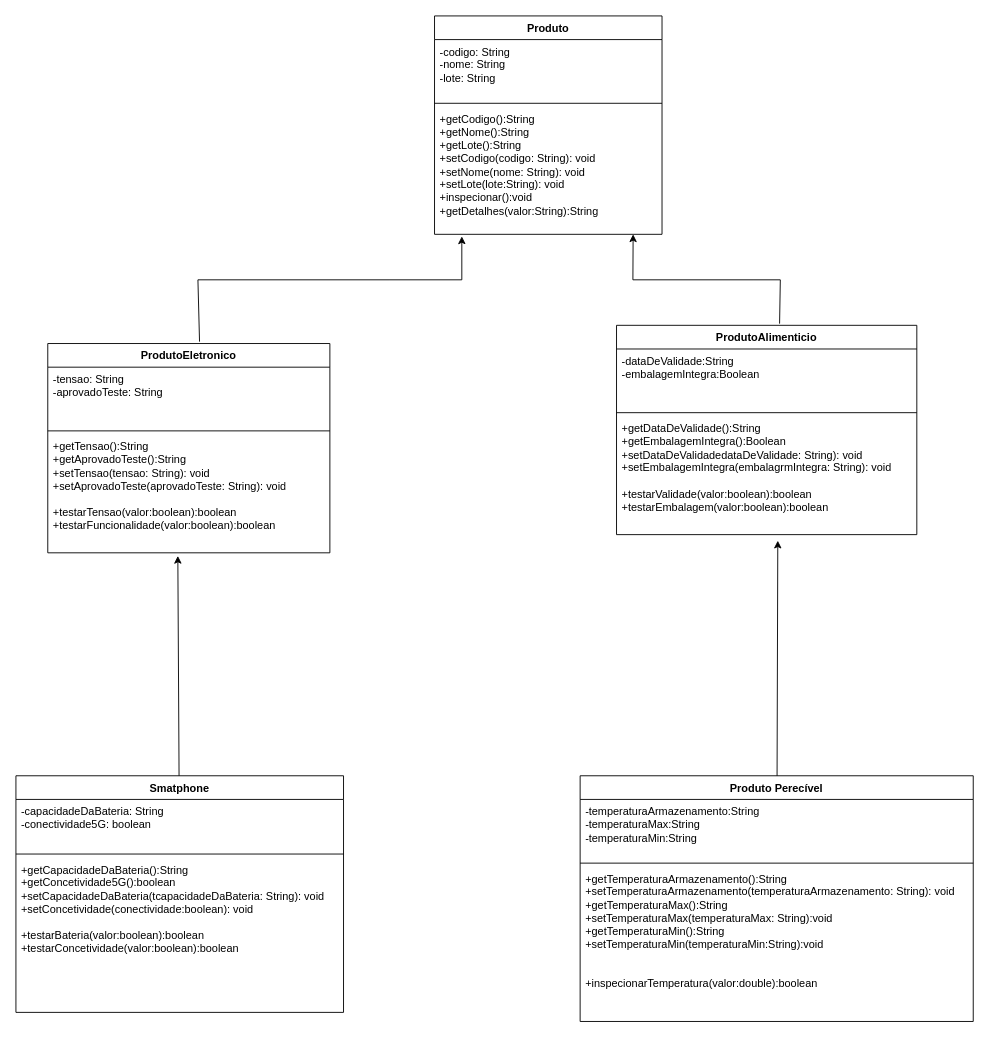
This is Projeto/Diagrama grupo 3.drawio from TatianaGSilva7/sistema-de-controle-de-qualidade-de-producao, a draw.io file, before an edit. Source tidied: cells renumbered, new cells numbered last; positions are measured from the earlier drawing's top-left corner, leaving out a move shared by most shapes. Both pictures are drawn from the tidied source at 91%, with x=0, y=0 at pixel (15, 15).
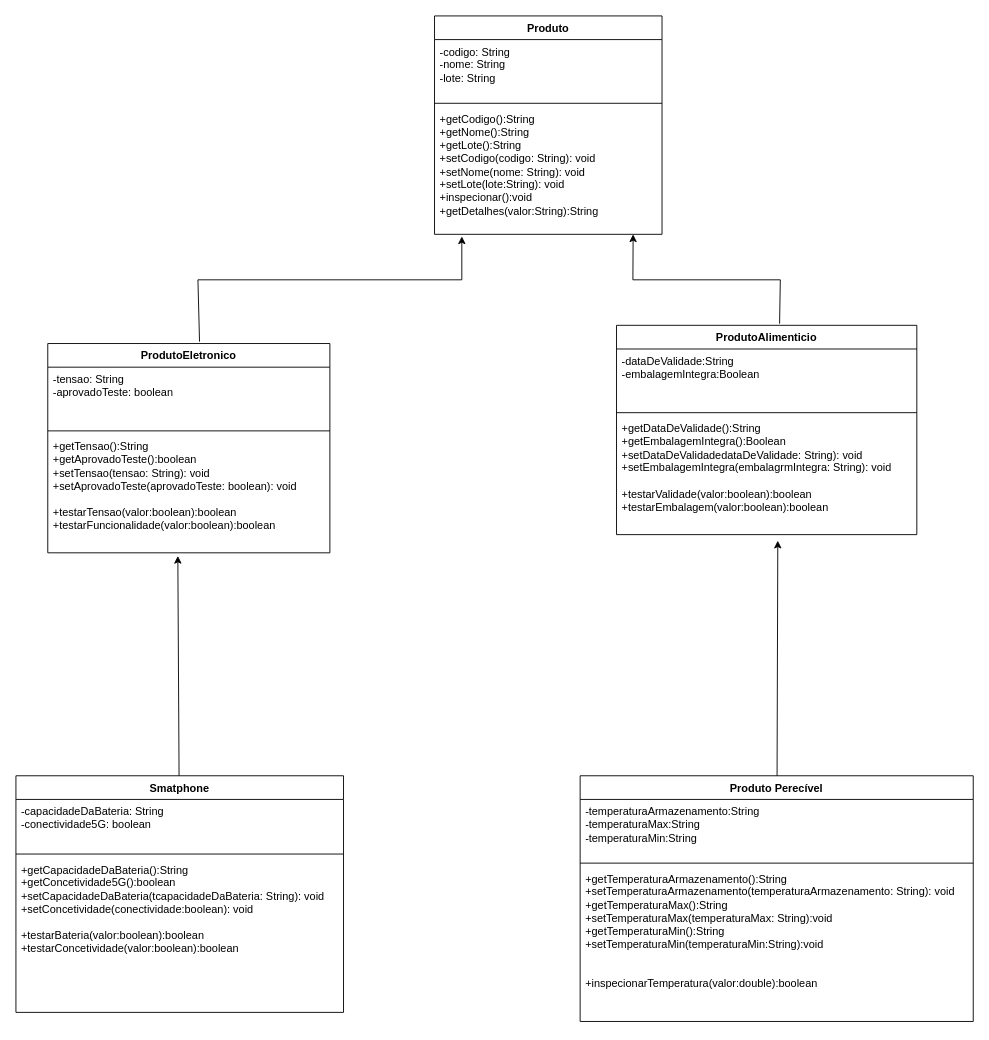
After the change.

The change refers to these unchanged cells:
```xml
<mxCell id="6" value="ProdutoEletronico" style="swimlane;fontStyle=1;align=center;verticalAlign=top;horizontal=1;startSize=26;whiteSpace=wrap;html=1;" parent="1" vertex="1">
  <mxGeometry x="35" y="360" width="310" height="230" as="geometry" />
</mxCell>
```

What changed in the source:
```diff
@@
-    <mxCell id="7" value="-tensao: String&lt;div&gt;-aprovadoTeste: String&lt;/div&gt;&lt;div&gt;&lt;br&gt;&lt;/div&gt;" style="text;strokeColor=none;fillColor=none;align=left;verticalAlign=top;spacingLeft=4;spacingRight=4;overflow=hidden;whiteSpace=wrap;html=1;" parent="6" vertex="1">
+    <mxCell id="7" value="-tensao: String&lt;div&gt;-aprovadoTeste: boolean&lt;/div&gt;&lt;div&gt;&lt;br&gt;&lt;/div&gt;" style="text;strokeColor=none;fillColor=none;align=left;verticalAlign=top;spacingLeft=4;spacingRight=4;overflow=hidden;whiteSpace=wrap;html=1;" parent="6" vertex="1">
       <mxGeometry y="26" width="310" height="66" as="geometry" />
     </mxCell>
@@
-    <mxCell id="9" value="+getTensao():String&lt;div&gt;+getAprovadoTeste():String&lt;/div&gt;&lt;div&gt;&lt;span style=&quot;background-color: transparent; color: light-dark(rgb(0, 0, 0), rgb(255, 255, 255));&quot;&gt;+setTensao(tensao: String): void&lt;/span&gt;&lt;/div&gt;&lt;div&gt;&lt;div&gt;&lt;span style=&quot;background-color: transparent; color: light-dark(rgb(0, 0, 0), rgb(255, 255, 255));&quot;&gt;+setAprovadoTeste(aprovadoTeste: String): void&lt;/span&gt;&lt;/div&gt;&lt;div&gt;&lt;br&gt;&lt;/div&gt;&lt;/div&gt;&lt;div&gt;+testarTensao(valor:boolean):boolean&lt;/div&gt;&lt;div&gt;+testarFuncionalidade(valor:boolean):boolean&lt;/div&gt;&lt;div&gt;&lt;br&gt;&lt;/div&gt;&lt;div&gt;&lt;br&gt;&lt;/div&gt;" style="text;strokeColor=none;fillColor=none;align=left;verticalAlign=top;spacingLeft=4;spacingRight=4;overflow=hidden;points=[[0,0.5],[1,0.5]];portConstraint=eastwest;whiteSpace=wrap;html=1;" parent="6" vertex="1">
+    <mxCell id="9" value="+getTensao():String&lt;div&gt;+getAprovadoTeste():boolean&lt;/div&gt;&lt;div&gt;&lt;span style=&quot;background-color: transparent; color: light-dark(rgb(0, 0, 0), rgb(255, 255, 255));&quot;&gt;+setTensao(tensao: String): void&lt;/span&gt;&lt;/div&gt;&lt;div&gt;&lt;div&gt;&lt;span style=&quot;background-color: transparent; color: light-dark(rgb(0, 0, 0), rgb(255, 255, 255));&quot;&gt;+setAprovadoTeste(aprovadoTeste: boolean): void&lt;/span&gt;&lt;/div&gt;&lt;div&gt;&lt;br&gt;&lt;/div&gt;&lt;/div&gt;&lt;div&gt;+testarTensao(valor:boolean):boolean&lt;/div&gt;&lt;div&gt;+testarFuncionalidade(valor:boolean):boolean&lt;/div&gt;&lt;div&gt;&lt;br&gt;&lt;/div&gt;&lt;div&gt;&lt;br&gt;&lt;/div&gt;" style="text;strokeColor=none;fillColor=none;align=left;verticalAlign=top;spacingLeft=4;spacingRight=4;overflow=hidden;points=[[0,0.5],[1,0.5]];portConstraint=eastwest;whiteSpace=wrap;html=1;" parent="6" vertex="1">
       <mxGeometry y="100" width="310" height="130" as="geometry" />
     </mxCell>
```
